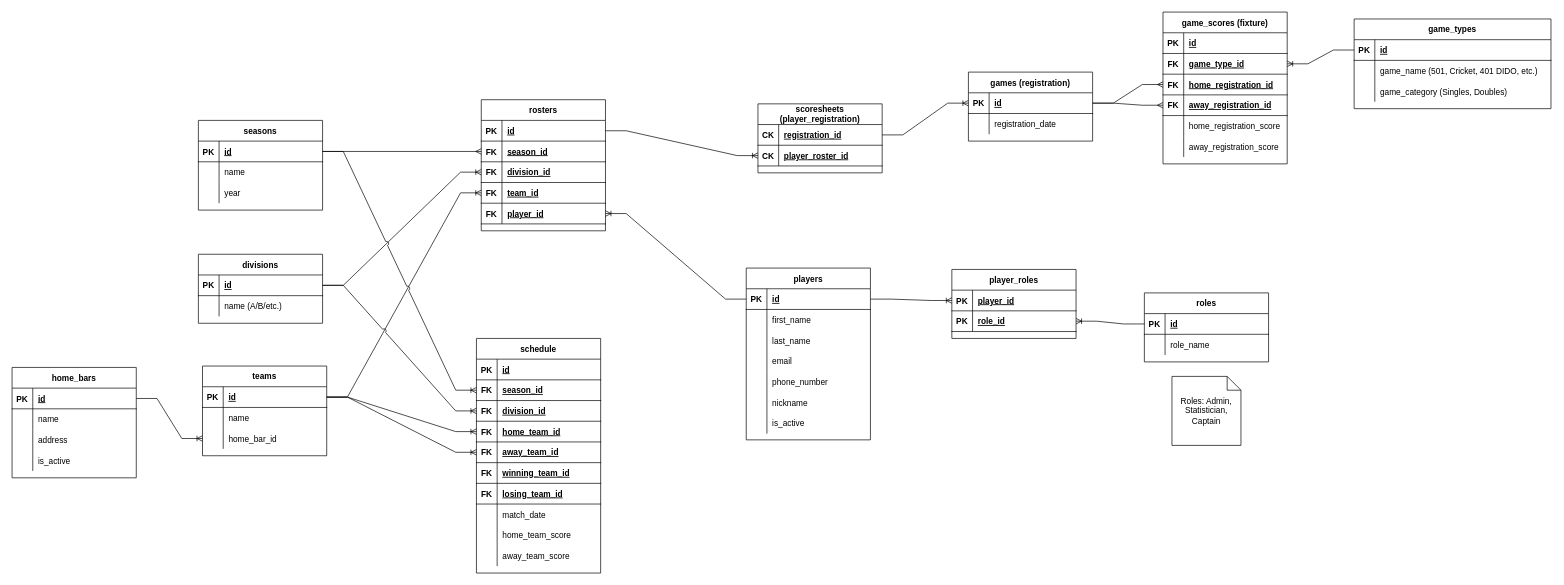
Earlier version of the draw.io diagram page "Main Team League Play" (1 of 2) of diagrams/bgda-data-model.drawio (etsu0721/bgda-web-app). Source tidied: cells renumbered, new cells numbered last; positions are measured from the earlier drawing's top-left corner, leaving out a move shared by most shapes. Both pictures are drawn from the tidied source at 69%, with x=0, y=0 at pixel (12, 12).
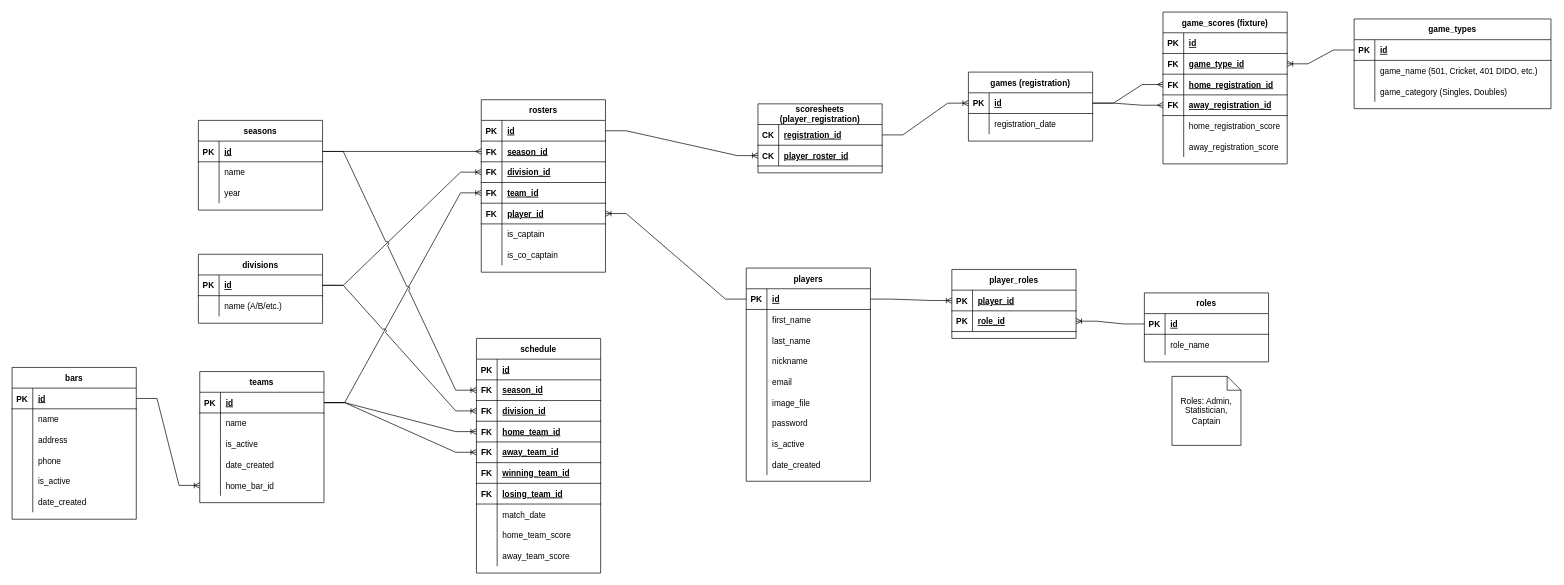
The same diagram, later.

Commit message (it also covers changes not shown here):
corrected DB schema

What changed in the source:
```diff
@@
     <mxCell id="12" value="players" style="shape=table;startSize=30;childLayout=tableLayout;rowLines=0;fontStyle=1;align=center;" parent="1" vertex="1">
-      <mxGeometry x="1064" y="371" width="180" height="249" as="geometry" />
+      <mxGeometry x="1064" y="371" width="180" height="309" as="geometry" />
     </mxCell>
@@
+    <mxCell id="28" style="shape=tableRow;horizontal=0;startSize=0;swimlaneHead=0;swimlaneBody=0;fillColor=none;top=0;left=0;right=0;bottom=0;" parent="12" vertex="1">
+      <mxGeometry y="120" width="180" height="30" as="geometry" />
+    </mxCell>
+    <mxCell id="29" style="shape=partialRectangle;fillColor=none;top=0;left=0;bottom=0;right=0;fontStyle=0;overflow=hidden;" parent="28" vertex="1">
+      <mxGeometry width="30" height="30" as="geometry" />
+    </mxCell>
+    <mxCell id="30" value="nickname" style="shape=partialRectangle;fillColor=none;top=0;left=0;bottom=0;right=0;align=left;spacingLeft=6;fontStyle=0;overflow=hidden;" parent="28" vertex="1">
+      <mxGeometry x="30" width="150" height="30" as="geometry" />
+    </mxCell>
     <mxCell id="22" style="shape=tableRow;horizontal=0;startSize=0;swimlaneHead=0;swimlaneBody=0;fillColor=none;top=0;left=0;right=0;bottom=0;" parent="12" vertex="1">
-      <mxGeometry y="120" width="180" height="30" as="geometry" />
+      <mxGeometry y="150" width="180" height="30" as="geometry" />
     </mxCell>
@@
-    <mxCell id="25" style="shape=tableRow;horizontal=0;startSize=0;swimlaneHead=0;swimlaneBody=0;fillColor=none;top=0;left=0;right=0;bottom=0;" parent="12" vertex="1">
-      <mxGeometry y="150" width="180" height="30" as="geometry" />
-    </mxCell>
-    <mxCell id="26" style="shape=partialRectangle;fillColor=none;top=0;left=0;bottom=0;right=0;overflow=hidden;" parent="25" vertex="1">
-      <mxGeometry width="30" height="30" as="geometry" />
-    </mxCell>
-    <mxCell id="27" value="phone_number" style="shape=partialRectangle;fillColor=none;top=0;left=0;bottom=0;right=0;align=left;spacingLeft=6;overflow=hidden;" parent="25" vertex="1">
-      <mxGeometry x="30" width="150" height="30" as="geometry" />
-    </mxCell>
-    <mxCell id="28" style="shape=tableRow;horizontal=0;startSize=0;swimlaneHead=0;swimlaneBody=0;fillColor=none;top=0;left=0;right=0;bottom=0;" parent="12" vertex="1">
-      <mxGeometry y="180" width="180" height="30" as="geometry" />
-    </mxCell>
-    <mxCell id="29" style="shape=partialRectangle;fillColor=none;top=0;left=0;bottom=0;right=0;fontStyle=0;overflow=hidden;" parent="28" vertex="1">
-      <mxGeometry width="30" height="30" as="geometry" />
-    </mxCell>
-    <mxCell id="30" value="nickname" style="shape=partialRectangle;fillColor=none;top=0;left=0;bottom=0;right=0;align=left;spacingLeft=6;fontStyle=0;overflow=hidden;" parent="28" vertex="1">
-      <mxGeometry x="30" width="150" height="30" as="geometry" />
-    </mxCell>
+    <mxCell id="185" style="shape=tableRow;horizontal=0;startSize=0;swimlaneHead=0;swimlaneBody=0;fillColor=none;top=0;left=0;right=0;bottom=0;" parent="12" vertex="1">
+      <mxGeometry y="180" width="180" height="30" as="geometry" />
+    </mxCell>
+    <mxCell id="186" style="shape=partialRectangle;fillColor=none;top=0;left=0;bottom=0;right=0;overflow=hidden;" parent="185" vertex="1">
+      <mxGeometry width="30" height="30" as="geometry" />
+    </mxCell>
+    <mxCell id="187" value="image_file" style="shape=partialRectangle;fillColor=none;top=0;left=0;bottom=0;right=0;align=left;spacingLeft=6;overflow=hidden;" parent="185" vertex="1">
+      <mxGeometry x="30" width="150" height="30" as="geometry" />
+    </mxCell>
+    <mxCell id="188" style="shape=tableRow;horizontal=0;startSize=0;swimlaneHead=0;swimlaneBody=0;fillColor=none;top=0;left=0;right=0;bottom=0;" parent="12" vertex="1">
+      <mxGeometry y="210" width="180" height="30" as="geometry" />
+    </mxCell>
+    <mxCell id="189" style="shape=partialRectangle;fillColor=none;top=0;left=0;bottom=0;right=0;overflow=hidden;" parent="188" vertex="1">
+      <mxGeometry width="30" height="30" as="geometry" />
+    </mxCell>
+    <mxCell id="190" value="password" style="shape=partialRectangle;fillColor=none;top=0;left=0;bottom=0;right=0;align=left;spacingLeft=6;overflow=hidden;" parent="188" vertex="1">
+      <mxGeometry x="30" width="150" height="30" as="geometry" />
+    </mxCell>
     <mxCell id="31" style="shape=tableRow;horizontal=0;startSize=0;swimlaneHead=0;swimlaneBody=0;fillColor=none;top=0;left=0;right=0;bottom=0;" parent="12" vertex="1">
-      <mxGeometry y="210" width="180" height="30" as="geometry" />
+      <mxGeometry y="240" width="180" height="30" as="geometry" />
     </mxCell>
@@
+    <mxCell id="191" style="shape=tableRow;horizontal=0;startSize=0;swimlaneHead=0;swimlaneBody=0;fillColor=none;top=0;left=0;right=0;bottom=0;" parent="12" vertex="1">
+      <mxGeometry y="270" width="180" height="30" as="geometry" />
+    </mxCell>
+    <mxCell id="192" style="shape=partialRectangle;fillColor=none;top=0;left=0;bottom=0;right=0;overflow=hidden;" parent="191" vertex="1">
+      <mxGeometry width="30" height="30" as="geometry" />
+    </mxCell>
+    <mxCell id="193" value="date_created" style="shape=partialRectangle;fillColor=none;top=0;left=0;bottom=0;right=0;align=left;spacingLeft=6;overflow=hidden;" parent="191" vertex="1">
+      <mxGeometry x="30" width="150" height="30" as="geometry" />
+    </mxCell>
     <mxCell id="34" value="teams" style="shape=table;startSize=30;childLayout=tableLayout;rowLines=0;fontStyle=1;align=center;" parent="1" vertex="1">
-      <mxGeometry x="276" y="513" width="180" height="130" as="geometry" />
+      <mxGeometry x="272" y="521" width="180" height="190" as="geometry" />
     </mxCell>
@@
+    <mxCell id="194" style="shape=tableRow;horizontal=0;startSize=0;swimlaneHead=0;swimlaneBody=0;fillColor=none;top=0;left=0;right=0;bottom=0;" parent="34" vertex="1">
+      <mxGeometry y="90" width="180" height="30" as="geometry" />
+    </mxCell>
+    <mxCell id="195" style="shape=partialRectangle;fillColor=none;top=0;left=0;bottom=0;right=0;overflow=hidden;" parent="194" vertex="1">
+      <mxGeometry width="30" height="30" as="geometry" />
+    </mxCell>
+    <mxCell id="196" value="is_active" style="shape=partialRectangle;fillColor=none;top=0;left=0;bottom=0;right=0;align=left;spacingLeft=6;overflow=hidden;" parent="194" vertex="1">
+      <mxGeometry x="30" width="150" height="30" as="geometry" />
+    </mxCell>
+    <mxCell id="197" style="shape=tableRow;horizontal=0;startSize=0;swimlaneHead=0;swimlaneBody=0;fillColor=none;top=0;left=0;right=0;bottom=0;" parent="34" vertex="1">
+      <mxGeometry y="120" width="180" height="30" as="geometry" />
+    </mxCell>
+    <mxCell id="198" style="shape=partialRectangle;fillColor=none;top=0;left=0;bottom=0;right=0;overflow=hidden;" parent="197" vertex="1">
+      <mxGeometry width="30" height="30" as="geometry" />
+    </mxCell>
+    <mxCell id="199" value="date_created" style="shape=partialRectangle;fillColor=none;top=0;left=0;bottom=0;right=0;align=left;spacingLeft=6;overflow=hidden;" parent="197" vertex="1">
+      <mxGeometry x="30" width="150" height="30" as="geometry" />
+    </mxCell>
     <mxCell id="41" style="shape=tableRow;horizontal=0;startSize=0;swimlaneHead=0;swimlaneBody=0;fillColor=none;points=[[0,0.5],[1,0.5]];portConstraint=eastwest;top=0;left=0;right=0;bottom=0;" parent="34" vertex="1">
-      <mxGeometry y="90" width="180" height="30" as="geometry" />
+      <mxGeometry y="150" width="180" height="30" as="geometry" />
     </mxCell>
@@
     <mxCell id="44" value="rosters" style="shape=table;startSize=30;childLayout=tableLayout;rowLines=0;fontStyle=1;align=center;" parent="1" vertex="1">
-      <mxGeometry x="680" y="127" width="180" height="190" as="geometry" />
+      <mxGeometry x="680" y="127" width="180" height="250" as="geometry" />
     </mxCell>
@@
+    <mxCell id="200" style="shape=tableRow;horizontal=0;startSize=0;swimlaneHead=0;swimlaneBody=0;fillColor=none;top=0;left=0;right=0;bottom=0;" parent="44" vertex="1">
+      <mxGeometry y="180" width="180" height="30" as="geometry" />
+    </mxCell>
+    <mxCell id="201" style="shape=partialRectangle;fillColor=none;top=0;left=0;bottom=0;right=0;overflow=hidden;" parent="200" vertex="1">
+      <mxGeometry width="30" height="30" as="geometry" />
+    </mxCell>
+    <mxCell id="202" value="is_captain" style="shape=partialRectangle;fillColor=none;top=0;left=0;bottom=0;right=0;align=left;spacingLeft=6;overflow=hidden;" parent="200" vertex="1">
+      <mxGeometry x="30" width="150" height="30" as="geometry" />
+    </mxCell>
+    <mxCell id="203" style="shape=tableRow;horizontal=0;startSize=0;swimlaneHead=0;swimlaneBody=0;fillColor=none;top=0;left=0;right=0;bottom=0;" parent="44" vertex="1">
+      <mxGeometry y="210" width="180" height="30" as="geometry" />
+    </mxCell>
+    <mxCell id="204" style="shape=partialRectangle;fillColor=none;top=0;left=0;bottom=0;right=0;overflow=hidden;" parent="203" vertex="1">
+      <mxGeometry width="30" height="30" as="geometry" />
+    </mxCell>
+    <mxCell id="205" value="is_co_captain" style="shape=partialRectangle;fillColor=none;top=0;left=0;bottom=0;right=0;align=left;spacingLeft=6;overflow=hidden;" parent="203" vertex="1">
+      <mxGeometry x="30" width="150" height="30" as="geometry" />
+    </mxCell>
@@
-    <mxCell id="81" value="home_bars" style="shape=table;startSize=30;childLayout=tableLayout;rowLines=0;fontStyle=1;align=center;" parent="1" vertex="1">
-      <mxGeometry y="515" width="180" height="160" as="geometry" />
+    <mxCell id="81" value="bars" style="shape=table;startSize=30;childLayout=tableLayout;rowLines=0;fontStyle=1;align=center;" parent="1" vertex="1">
+      <mxGeometry y="515" width="180" height="220" as="geometry" />
     </mxCell>
@@
+    <mxCell id="206" style="shape=tableRow;horizontal=0;startSize=0;swimlaneHead=0;swimlaneBody=0;fillColor=none;top=0;left=0;right=0;bottom=0;" parent="81" vertex="1">
+      <mxGeometry y="120" width="180" height="30" as="geometry" />
+    </mxCell>
+    <mxCell id="207" style="shape=partialRectangle;fillColor=none;top=0;left=0;bottom=0;right=0;overflow=hidden;" parent="206" vertex="1">
+      <mxGeometry width="30" height="30" as="geometry" />
+    </mxCell>
+    <mxCell id="208" value="phone" style="shape=partialRectangle;fillColor=none;top=0;left=0;bottom=0;right=0;align=left;spacingLeft=6;overflow=hidden;" parent="206" vertex="1">
+      <mxGeometry x="30" width="150" height="30" as="geometry" />
+    </mxCell>
     <mxCell id="91" style="shape=tableRow;horizontal=0;startSize=0;swimlaneHead=0;swimlaneBody=0;fillColor=none;top=0;left=0;right=0;bottom=0;" parent="81" vertex="1">
-      <mxGeometry y="120" width="180" height="30" as="geometry" />
+      <mxGeometry y="150" width="180" height="30" as="geometry" />
     </mxCell>
@@
+    <mxCell id="209" style="shape=tableRow;horizontal=0;startSize=0;swimlaneHead=0;swimlaneBody=0;fillColor=none;top=0;left=0;right=0;bottom=0;" parent="81" vertex="1">
+      <mxGeometry y="180" width="180" height="30" as="geometry" />
+    </mxCell>
+    <mxCell id="210" style="shape=partialRectangle;fillColor=none;top=0;left=0;bottom=0;right=0;overflow=hidden;" parent="209" vertex="1">
+      <mxGeometry width="30" height="30" as="geometry" />
+    </mxCell>
+    <mxCell id="211" value="date_created" style="shape=partialRectangle;fillColor=none;top=0;left=0;bottom=0;right=0;align=left;spacingLeft=6;overflow=hidden;" parent="209" vertex="1">
+      <mxGeometry x="30" width="150" height="30" as="geometry" />
+    </mxCell>
```
